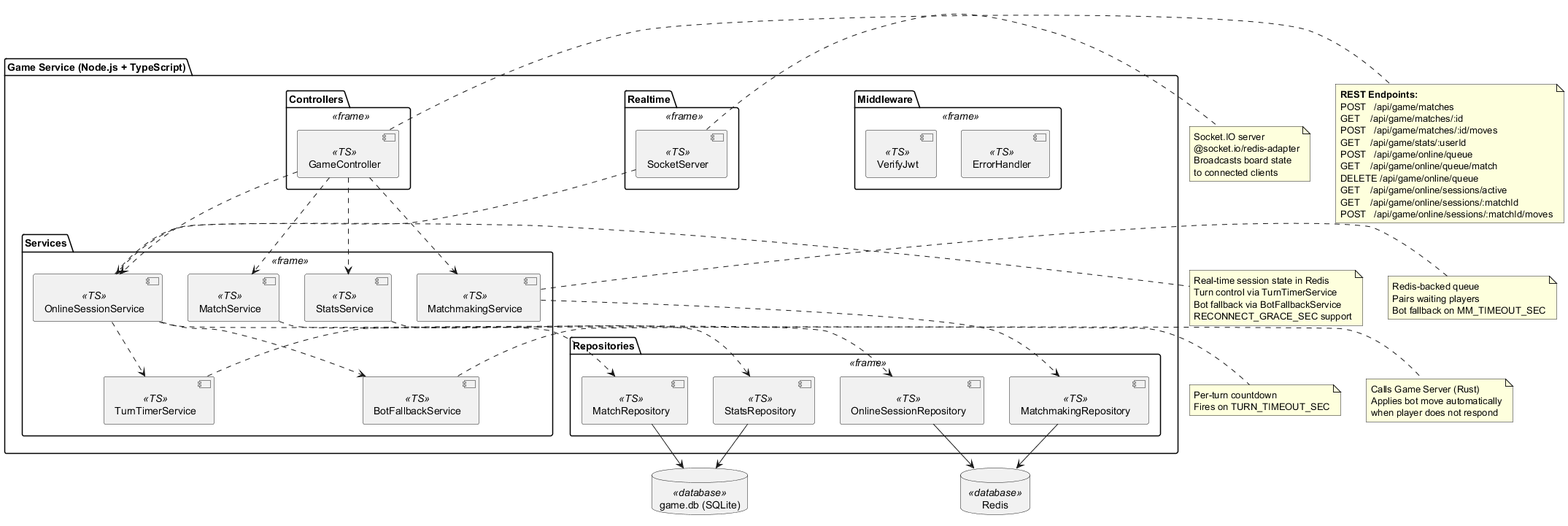
Before: images/level2-gameservice.png, a diagram exported from PlantUML (Arquisoft/yovi_es1c).
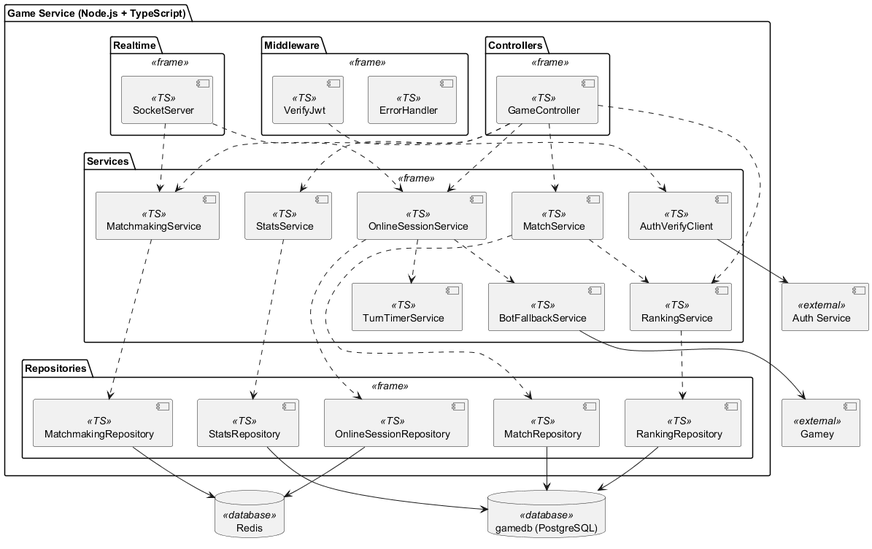
The same file after the commit.

Diff of the diagram source:
```diff
@@ -8,15 +8,18 @@
   package "Services" <<frame>> {
     component [MatchService] <<TS>>
     component [StatsService] <<TS>>
+    component [RankingService] <<TS>>
     component [MatchmakingService] <<TS>>
     component [OnlineSessionService] <<TS>>
     component [TurnTimerService] <<TS>>
     component [BotFallbackService] <<TS>>
+    component [AuthVerifyClient] <<TS>>
   }
 
   package "Repositories" <<frame>> {
     component [MatchRepository] <<TS>>
     component [StatsRepository] <<TS>>
+    component [RankingRepository] <<TS>>
     component [MatchmakingRepository] <<TS>>
     component [OnlineSessionRepository] <<TS>>
   }
@@ -31,72 +34,38 @@
   }
 }
 
-database "game.db (SQLite)" as gamedb <<database>>
+database "gamedb (PostgreSQL)" as gamedb <<database>>
 database "Redis" as redis <<database>>
+component "Auth Service" as auth <<external>>
+component "Gamey" as gamey <<external>>
 
 [GameController] ..> [MatchService]
 [GameController] ..> [StatsService]
+[GameController] ..> [RankingService]
 [GameController] ..> [MatchmakingService]
 [GameController] ..> [OnlineSessionService]
 
+[VerifyJwt] ..> [AuthVerifyClient]
+[AuthVerifyClient] --> auth
+
 [OnlineSessionService] ..> [TurnTimerService]
 [OnlineSessionService] ..> [BotFallbackService]
+[BotFallbackService] --> gamey
 
 [MatchService] ..> [MatchRepository]
+[MatchService] ..> [RankingService]
 [StatsService] ..> [StatsRepository]
+[RankingService] ..> [RankingRepository]
 [MatchmakingService] ..> [MatchmakingRepository]
 [OnlineSessionService] ..> [OnlineSessionRepository]
 
 [MatchRepository] --> gamedb
 [StatsRepository] --> gamedb
+[RankingRepository] --> gamedb
 [MatchmakingRepository] --> redis
 [OnlineSessionRepository] --> redis
 
+[SocketServer] ..> [MatchmakingService]
 [SocketServer] ..> [OnlineSessionService]
 
-note right of [GameController]
-  **REST Endpoints:**
-  POST   /api/game/matches
-  GET    /api/game/matches/:id
-  POST   /api/game/matches/:id/moves
-  GET    /api/game/stats/:userId
-  POST   /api/game/online/queue
-  GET    /api/game/online/queue/match
-  DELETE /api/game/online/queue
-  GET    /api/game/online/sessions/active
-  GET    /api/game/online/sessions/:matchId
-  POST   /api/game/online/sessions/:matchId/moves
-end note
-
-note right of [MatchmakingService]
-  Redis-backed queue
-  Pairs waiting players
-  Bot fallback on MM_TIMEOUT_SEC
-end note
-
-note right of [OnlineSessionService]
-  Real-time session state in Redis
-  Turn control via TurnTimerService
-  Bot fallback via BotFallbackService
-  RECONNECT_GRACE_SEC support
-end note
-
-note right of [SocketServer]
-  Socket.IO server
-  @socket.io/redis-adapter
-  Broadcasts board state
-  to connected clients
-end note
-
-note right of [TurnTimerService]
-  Per-turn countdown
-  Fires on TURN_TIMEOUT_SEC
-end note
-
-note right of [BotFallbackService]
-  Calls Game Server (Rust)
-  Applies bot move automatically
-  when player does not respond
-end note
-
 @enduml
```
